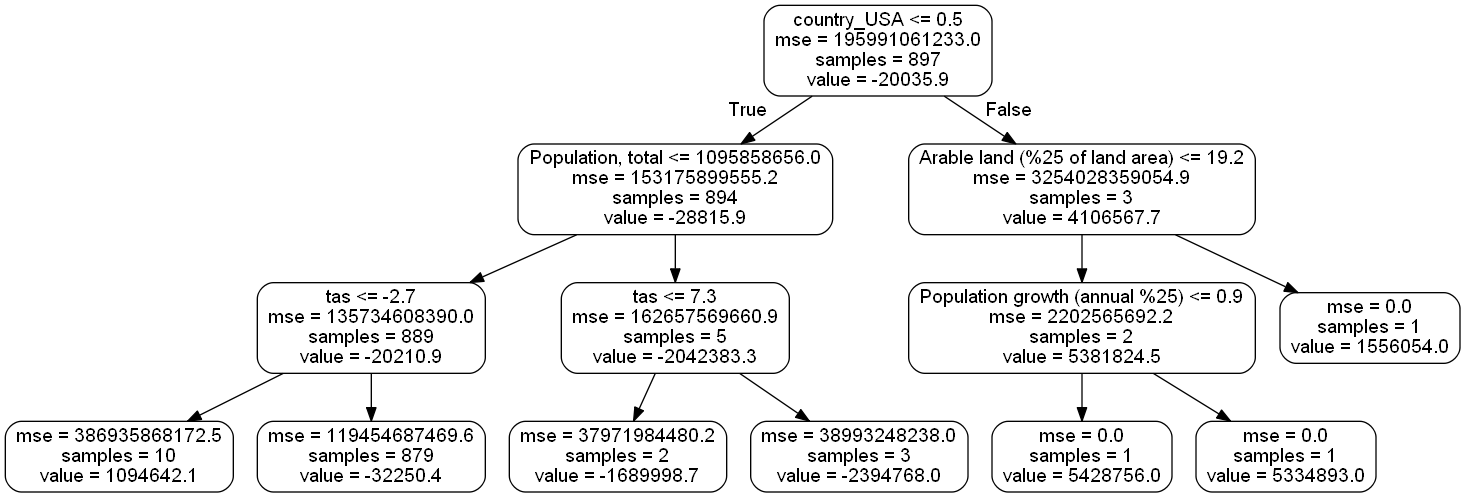
Above: small_tree.png in Multinational-Minds/BDA (Graphviz), before the change. Its source is kept beside it as small_tree.dot.
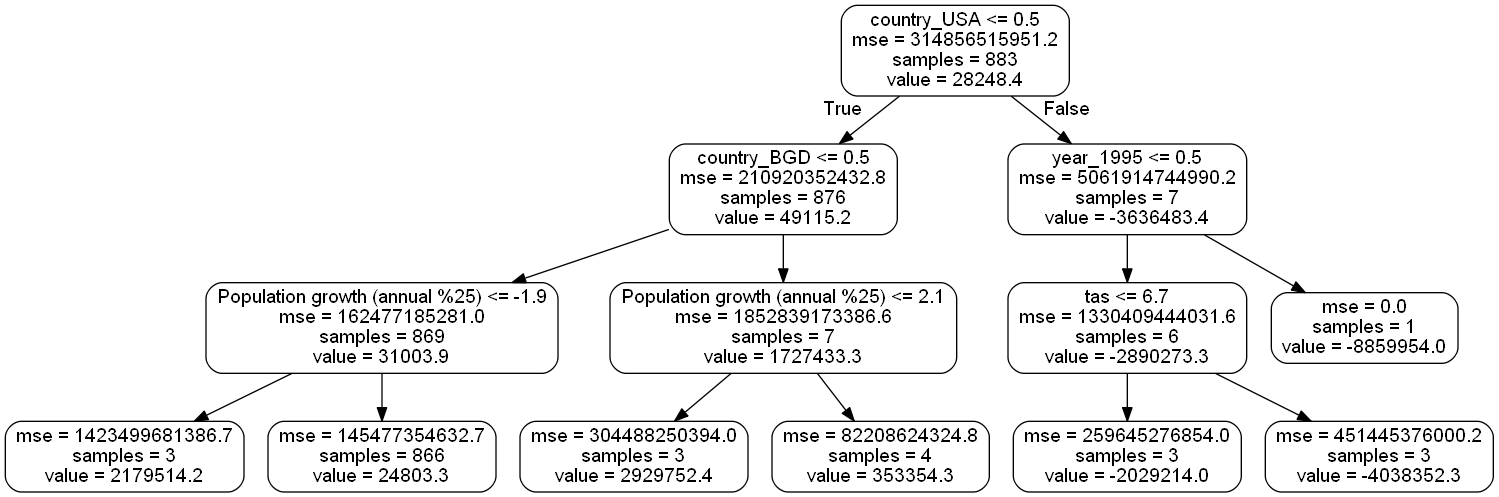
Later version of the same file.

The edit, as a diff of the source:
```diff
@@ -1,29 +1,29 @@
 digraph Tree {
 node [shape=box, style="rounded", color="black", fontname=helvetica] ;
 edge [fontname=helvetica] ;
-0 [label="country_USA <= 0.5\nmse = 195991061233.0\nsamples = 897\nvalue = -20035.9"] ;
-1 [label="Population, total <= 1095858656.0\nmse = 153175899555.2\nsamples = 894\nvalue = -28815.9"] ;
+0 [label="country_USA <= 0.5\nmse = 314856515951.2\nsamples = 883\nvalue = 28248.4"] ;
+1 [label="country_BGD <= 0.5\nmse = 210920352432.8\nsamples = 876\nvalue = 49115.2"] ;
 0 -> 1 [labeldistance=2.5, labelangle=45, headlabel="True"] ;
-2 [label="tas <= -2.7\nmse = 135734608390.0\nsamples = 889\nvalue = -20210.9"] ;
+2 [label="Population growth (annual %25) <= -1.9\nmse = 162477185281.0\nsamples = 869\nvalue = 31003.9"] ;
 1 -> 2 ;
-3 [label="mse = 386935868172.5\nsamples = 10\nvalue = 1094642.1"] ;
+3 [label="mse = 1423499681386.7\nsamples = 3\nvalue = 2179514.2"] ;
 2 -> 3 ;
-4 [label="mse = 119454687469.6\nsamples = 879\nvalue = -32250.4"] ;
+4 [label="mse = 145477354632.7\nsamples = 866\nvalue = 24803.3"] ;
 2 -> 4 ;
-5 [label="tas <= 7.3\nmse = 162657569660.9\nsamples = 5\nvalue = -2042383.3"] ;
+5 [label="Population growth (annual %25) <= 2.1\nmse = 1852839173386.6\nsamples = 7\nvalue = 1727433.3"] ;
 1 -> 5 ;
-6 [label="mse = 37971984480.2\nsamples = 2\nvalue = -1689998.7"] ;
+6 [label="mse = 304488250394.0\nsamples = 3\nvalue = 2929752.4"] ;
 5 -> 6 ;
-7 [label="mse = 38993248238.0\nsamples = 3\nvalue = -2394768.0"] ;
+7 [label="mse = 82208624324.8\nsamples = 4\nvalue = 353354.3"] ;
 5 -> 7 ;
-8 [label="Arable land (%25 of land area) <= 19.2\nmse = 3254028359054.9\nsamples = 3\nvalue = 4106567.7"] ;
+8 [label="year_1995 <= 0.5\nmse = 5061914744990.2\nsamples = 7\nvalue = -3636483.4"] ;
 0 -> 8 [labeldistance=2.5, labelangle=-45, headlabel="False"] ;
-9 [label="Population growth (annual %25) <= 0.9\nmse = 2202565692.2\nsamples = 2\nvalue = 5381824.5"] ;
+9 [label="tas <= 6.7\nmse = 1330409444031.6\nsamples = 6\nvalue = -2890273.3"] ;
 8 -> 9 ;
-10 [label="mse = 0.0\nsamples = 1\nvalue = 5428756.0"] ;
+10 [label="mse = 259645276854.0\nsamples = 3\nvalue = -2029214.0"] ;
 9 -> 10 ;
-11 [label="mse = 0.0\nsamples = 1\nvalue = 5334893.0"] ;
+11 [label="mse = 451445376000.2\nsamples = 3\nvalue = -4038352.3"] ;
 9 -> 11 ;
-12 [label="mse = 0.0\nsamples = 1\nvalue = 1556054.0"] ;
+12 [label="mse = 0.0\nsamples = 1\nvalue = -8859954.0"] ;
 8 -> 12 ;
 }
```
